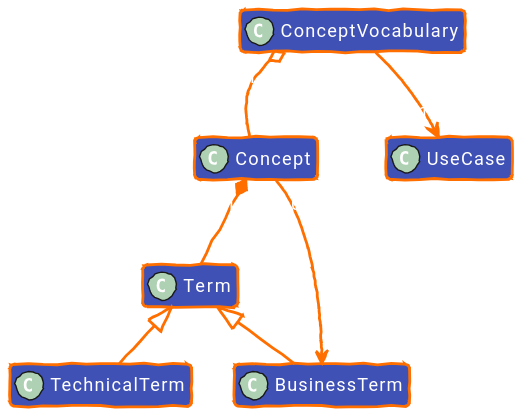
Above: diagrams/out/uctm-term_dark.svg in EKGF/ekg-method (PlantUML), before the change. Its diagram source:
```plantuml
@startuml
!option handwritten true
!define BG_MAIN_COLOR      #4051b5
!define BG_SECONDARY_COLOR #4051b5
!define BG_PACKAGE_COLOR   #4051b5
!define BORDER_COLOR       #ff6f00
!define FONT_COLOR         #ffffff
!define ARROW_COLOR        #ff6f00

skinparam backgroundColor transparent

skinparam Padding 2
skinparam RoundCorner 6
skinparam Shadowing false
skinparam HyperlinkUnderline true
skinparam HyperlinkColor #ff6f00
skinparam ranksep 40
skinparam nodesep 30

skinparam Default {
FontName "Roboto"
FontColor FONT_COLOR
FontSize 13
}

skinparam Arrow {
Color ARROW_COLOR
FontColor #ffffff
FontStyle normal
Thickness 2
}

skinparam class {
BackgroundColor BG_MAIN_COLOR
BorderColor BORDER_COLOR
BorderThickness 2
FontColor FONT_COLOR
AttributeFontColor FONT_COLOR
ArrowColor ARROW_COLOR
ArrowThickness 2
}

skinparam package {
FontColor FONT_COLOR
BackgroundColor BG_MAIN_COLOR
BorderColor BORDER_COLOR
}

skinparam state {
BackgroundColor BG_MAIN_COLOR
FontColor FONT_COLOR
AttributeFontColor FONT_COLOR
ArrowColor ARROW_COLOR
BorderColor BORDER_COLOR
BorderThickness 2
StartColor #ffffff
EndColor #ffffff
}

skinparam StateStartColor #ffffff
skinparam StateEndColor #ffffff
skinparam StateStartBackgroundColor #ffffff
skinparam StateEndBackgroundColor #ffffff
skinparam StateStartBorderColor #ffffff
skinparam StateEndBorderColor #ffffff
skinparam StateStartFillColor #ffffff
skinparam StateEndFillColor #ffffff

top to bottom direction
hide members

class "Term" as Term [[/concept/term/#ontology]]
class "BusinessTerm" as BusinessTerm
class "TechnicalTerm" as TechnicalTerm
class "Concept" as Concept [[/concept/concept/#ontology]]
class "ConceptVocabulary" as ConceptVocabulary
class "UseCase" as UseCase [[/concept/use-case/#ontology]]

Term <|-- BusinessTerm
Term <|-- TechnicalTerm

Concept "1" *-- "1..*" Term : :term
Concept "0..1" --> "1" BusinessTerm : :labelTerm

ConceptVocabulary "1" o-- "0..*" Concept : skos:inScheme
ConceptVocabulary "0..*" --> "1" UseCase : :useCase
@enduml
```
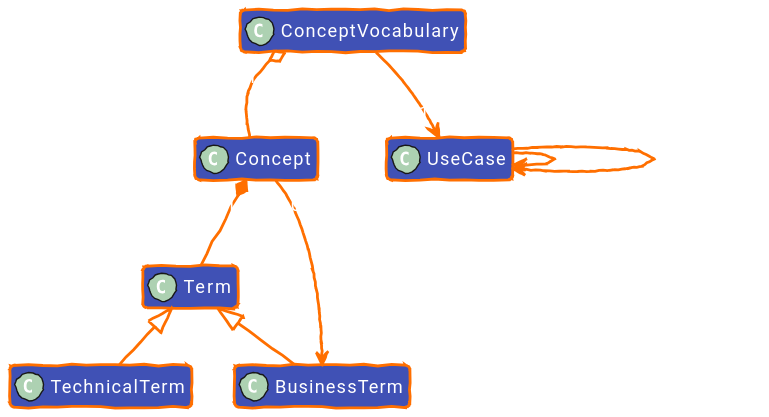
After the commit.

Change to the diagram source:
```diff
@@ -70,10 +70,10 @@
 hide members
 
 class "Term" as Term [[/concept/term/#ontology]]
-class "BusinessTerm" as BusinessTerm
-class "TechnicalTerm" as TechnicalTerm
+class "BusinessTerm" as BusinessTerm [[/concept/term/business-term/#ontology]]
+class "TechnicalTerm" as TechnicalTerm [[/concept/term/technical-term/#ontology]]
 class "Concept" as Concept [[/concept/concept/#ontology]]
-class "ConceptVocabulary" as ConceptVocabulary
+class "ConceptVocabulary" as ConceptVocabulary [[/concept/concept/concept-vocabulary/#ontology]]
 class "UseCase" as UseCase [[/concept/use-case/#ontology]]
 
 Term <|-- BusinessTerm
@@ -84,4 +84,7 @@
 
 ConceptVocabulary "1" o-- "0..*" Concept : skos:inScheme
 ConceptVocabulary "0..*" --> "1" UseCase : :useCase
+
+UseCase "0..*" --> "0..1" UseCase : :isPartOf
+UseCase "0..*" --> "0..*" UseCase : :isUsedIn
 @enduml
```
